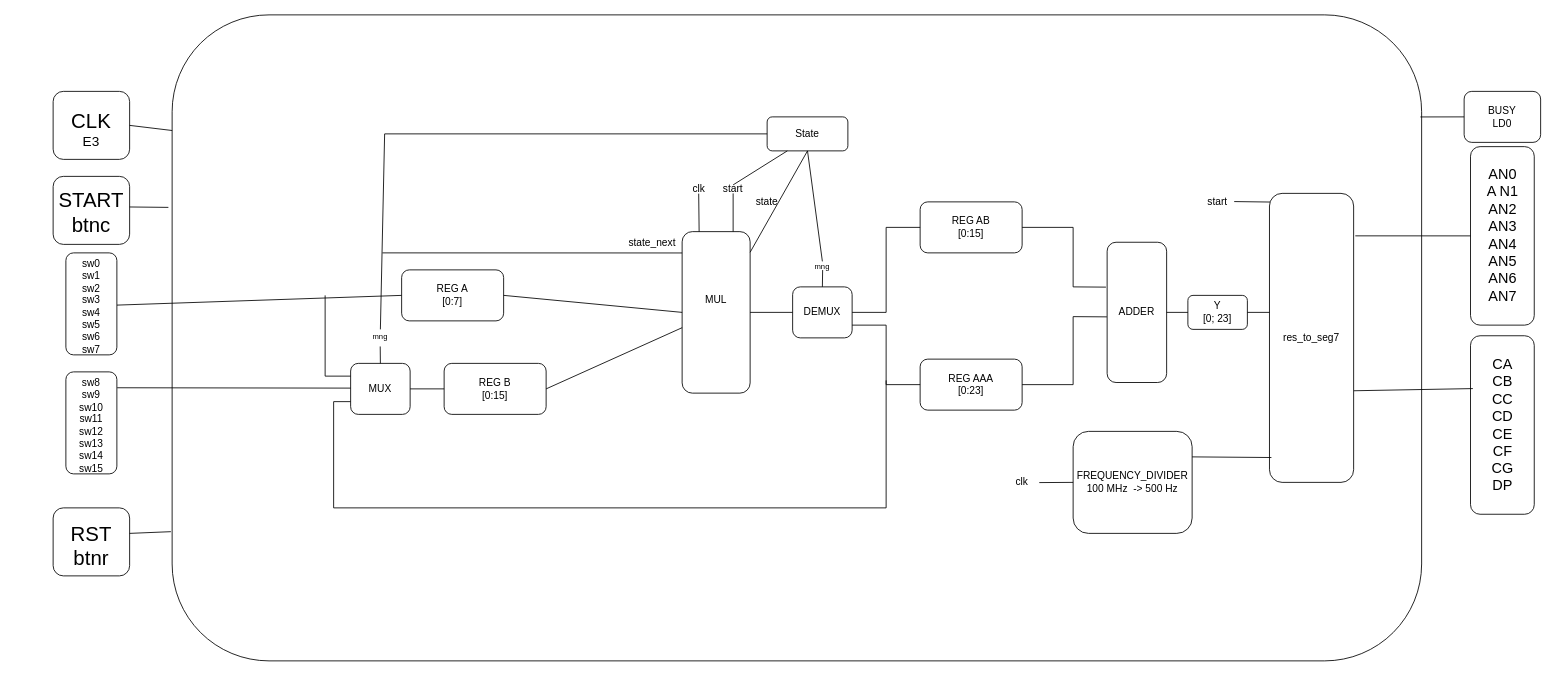
This is Семестр 6/Схемотехника/lab3/img/main.drawio from Ivanio1/itmo-3course, a draw.io file, before an edit. Source tidied: cells renumbered, new cells numbered last; positions are measured from the earlier drawing's top-left corner, leaving out a move shared by most shapes. Both pictures are drawn from the tidied source at 85%, with x=0, y=0 at pixel (40, 14).
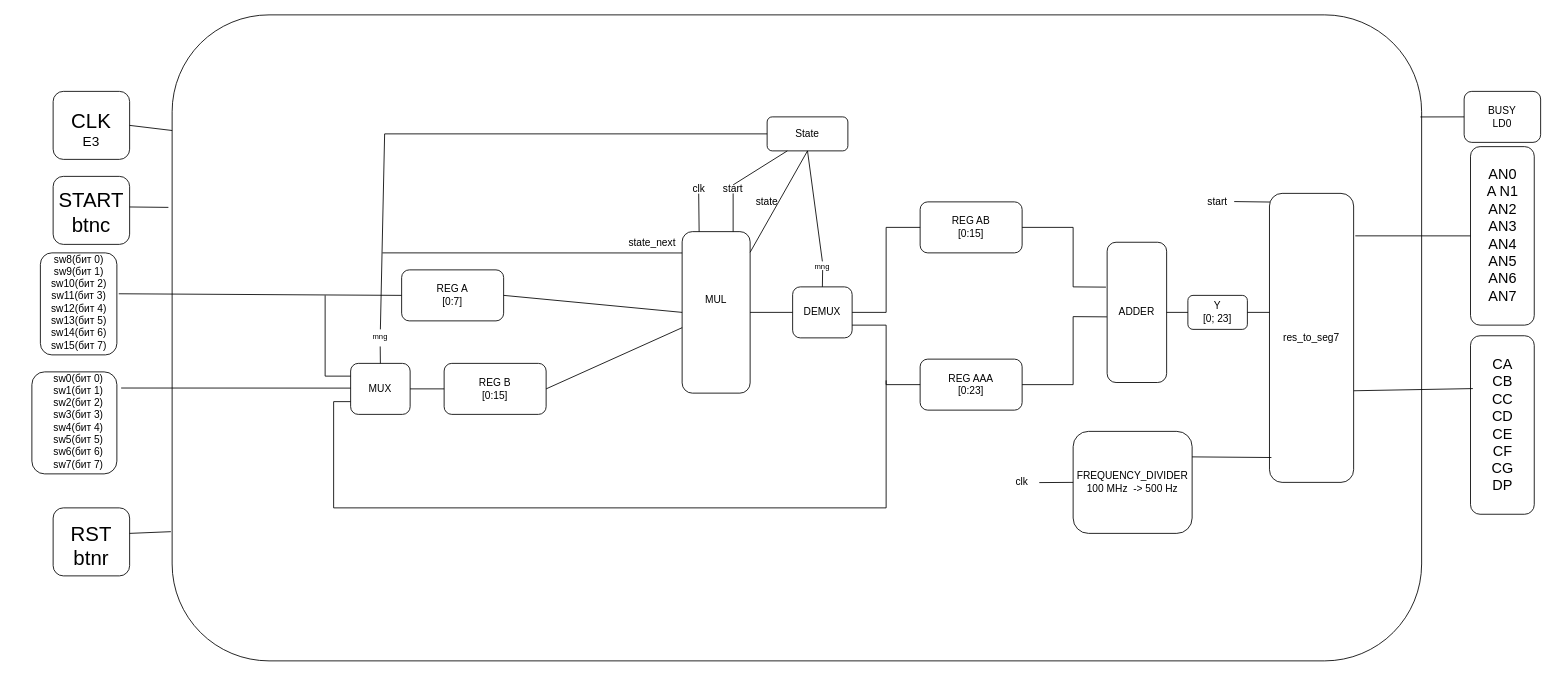
The same page after the edit.

The change refers to these unchanged cells:
```xml
<mxCell id="3" style="rounded=1;whiteSpace=wrap;html=1;" parent="1" vertex="1">
  <mxGeometry x="425" y="300" width="120" height="60" as="geometry" />
</mxCell>
```

Diff of the diagram source:
```diff
@@
-    <mxCell id="15" style="endArrow=none;html=1;rounded=0;entryX=0;entryY=0.5;entryDx=0;entryDy=0;" parent="1" edge="1" source="56" target="3">
+    <mxCell id="15" style="endArrow=none;html=1;rounded=0;entryX=0;entryY=0.5;entryDx=0;entryDy=0;exitX=0.401;exitY=-0.025;exitDx=0;exitDy=0;exitPerimeter=0;" parent="1" edge="1" source="51" target="3">
       <mxGeometry relative="1" as="geometry" />
     </mxCell>
-    <mxCell id="16" style="endArrow=none;html=1;rounded=0;entryX=0;entryY=0.5;entryDx=0;entryDy=0;exitX=1.006;exitY=0.119;exitDx=0;exitDy=0;exitPerimeter=0;" parent="1" edge="1" source="57">
+    <mxCell id="16" style="endArrow=none;html=1;rounded=0;entryX=0;entryY=0.5;entryDx=0;entryDy=0;" parent="1" edge="1">
       <mxGeometry relative="1" as="geometry">
+        <mxPoint x="95" y="439" as="sourcePoint" />
         <mxPoint x="365" y="439.1" as="targetPoint" />
       </mxGeometry>
     </mxCell>
@@
     <mxCell id="51" style="rounded=1;whiteSpace=wrap;html=1;rotation=90;" parent="1" vertex="1">
-      <mxGeometry y="310" width="120" height="60" as="geometry" />
+      <mxGeometry x="-15" y="295" width="120" height="90" as="geometry" />
     </mxCell>
     <mxCell id="52" style="rounded=1;whiteSpace=wrap;html=1;rotation=90;" parent="1" vertex="1">
-      <mxGeometry y="450" width="120" height="60" as="geometry" />
+      <mxGeometry x="-20" y="430" width="120" height="100" as="geometry" />
     </mxCell>
@@
-    <mxCell id="56" value="sw0&lt;div&gt;sw1&lt;/div&gt;&lt;div&gt;sw2&lt;/div&gt;&lt;div&gt;sw3&lt;/div&gt;&lt;div&gt;sw4&lt;/div&gt;&lt;div&gt;sw5&lt;/div&gt;&lt;div&gt;sw6&lt;/div&gt;&lt;div&gt;sw7&lt;/div&gt;" style="text;html=1;align=center;verticalAlign=middle;whiteSpace=wrap;rounded=0;" parent="1" vertex="1">
-      <mxGeometry x="30" y="285" width="60" height="115" as="geometry" />
+    <mxCell id="56" value="&lt;div&gt;&lt;br&gt;&lt;/div&gt;sw0(бит 0)&lt;div&gt;sw1&lt;span style=&quot;background-color: initial;&quot;&gt;(бит 1)&lt;/span&gt;&lt;/div&gt;&lt;div&gt;sw2&lt;span style=&quot;background-color: initial;&quot;&gt;(бит 2)&lt;/span&gt;&lt;/div&gt;&lt;div&gt;sw3&lt;span style=&quot;background-color: initial;&quot;&gt;(бит 3)&lt;/span&gt;&lt;/div&gt;&lt;div&gt;sw4&lt;span style=&quot;background-color: initial;&quot;&gt;(бит 4)&lt;/span&gt;&lt;/div&gt;&lt;div&gt;sw5&lt;span style=&quot;background-color: initial;&quot;&gt;(бит 5)&lt;/span&gt;&lt;/div&gt;&lt;div&gt;sw6&lt;span style=&quot;background-color: initial;&quot;&gt;(бит 6)&lt;/span&gt;&lt;/div&gt;&lt;div&gt;sw7&lt;span style=&quot;background-color: initial;&quot;&gt;(бит 7)&lt;/span&gt;&lt;/div&gt;" style="text;html=1;align=center;verticalAlign=middle;whiteSpace=wrap;rounded=0;" parent="1" vertex="1">
+      <mxGeometry x="-30" y="412.5" width="150" height="117.5" as="geometry" />
     </mxCell>
-    <mxCell id="57" value="sw8&lt;div&gt;sw9&lt;/div&gt;&lt;div&gt;sw10&lt;/div&gt;&lt;div&gt;sw11&lt;/div&gt;&lt;div&gt;sw12&lt;/div&gt;&lt;div&gt;sw13&lt;/div&gt;&lt;div&gt;sw14&lt;/div&gt;&lt;div&gt;sw15&lt;/div&gt;" style="text;html=1;align=center;verticalAlign=middle;whiteSpace=wrap;rounded=0;" parent="1" vertex="1">
-      <mxGeometry x="30" y="425" width="60" height="115" as="geometry" />
+    <mxCell id="57" value="sw8(бит 0)&lt;div&gt;sw9&lt;span style=&quot;background-color: initial;&quot;&gt;(бит 1)&lt;/span&gt;&lt;/div&gt;&lt;div&gt;sw10&lt;span style=&quot;background-color: initial;&quot;&gt;(бит 2)&lt;/span&gt;&lt;/div&gt;&lt;div&gt;sw11&lt;span style=&quot;background-color: initial;&quot;&gt;(бит 3)&lt;/span&gt;&lt;/div&gt;&lt;div&gt;sw12&lt;span style=&quot;background-color: initial;&quot;&gt;(бит 4)&lt;/span&gt;&lt;/div&gt;&lt;div&gt;sw13&lt;span style=&quot;background-color: initial;&quot;&gt;(бит 5)&lt;/span&gt;&lt;/div&gt;&lt;div&gt;sw14&lt;span style=&quot;background-color: initial;&quot;&gt;(бит 6)&lt;/span&gt;&lt;/div&gt;&lt;div&gt;sw15&lt;span style=&quot;background-color: initial;&quot;&gt;(бит 7)&lt;/span&gt;&lt;/div&gt;" style="text;html=1;align=center;verticalAlign=middle;whiteSpace=wrap;rounded=0;" parent="1" vertex="1">
+      <mxGeometry x="-7.5" y="280" width="105" height="115" as="geometry" />
     </mxCell>
```
